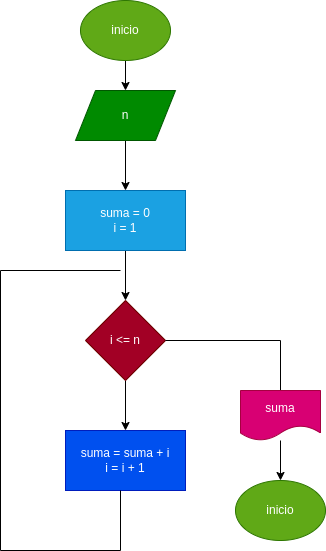
Before: diagrama.png, a diagram exported from draw.io (rangy25/suma). Source tidied: cells renumbered, new cells last; positions are measured from the earlier drawing's top-left corner, leaving out a move shared by most shapes.
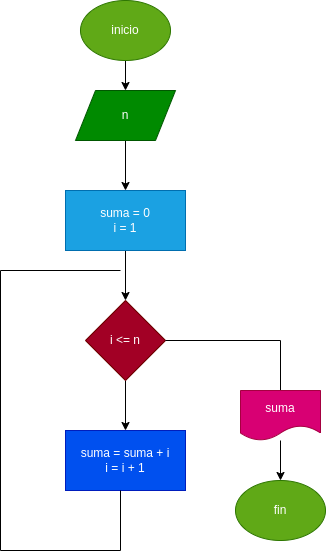
Later version of the same file.

Commit message:
se realizo programa

The edit, as a diff of the source:
```diff
@@ -46,7 +46,7 @@
     <mxCell id="15" value="suma" style="shape=document;whiteSpace=wrap;html=1;boundedLbl=1;fillColor=#d80073;fontColor=#ffffff;strokeColor=#A50040;" parent="1" vertex="1">
       <mxGeometry x="240" y="390" width="80" height="50" as="geometry" />
     </mxCell>
-    <mxCell id="16" value="inicio" style="ellipse;whiteSpace=wrap;html=1;fillColor=#60a917;fontColor=#ffffff;strokeColor=#2D7600;" parent="1" vertex="1">
+    <mxCell id="16" value="fin" style="ellipse;whiteSpace=wrap;html=1;fillColor=#60a917;fontColor=#ffffff;strokeColor=#2D7600;" parent="1" vertex="1">
       <mxGeometry x="235" y="480" width="90" height="60" as="geometry" />
     </mxCell>
   </root>
```
